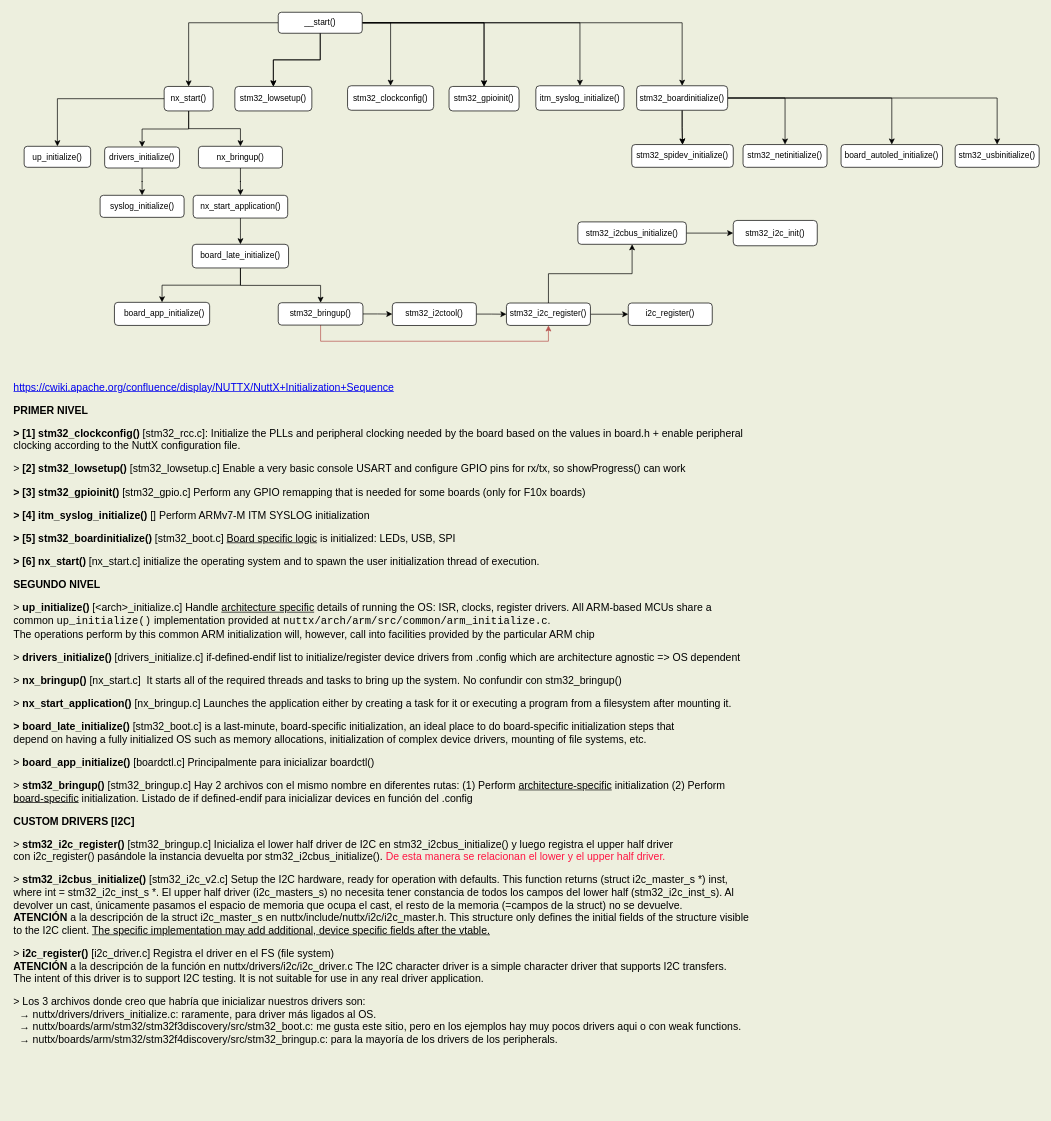
This is page "Initialization Sequence" (1 of 8) of NuttxDriversSchema.drawio from rentzboy/nuttx, a draw.io file, before an edit. Source tidied: cells renumbered, new cells numbered last; positions are measured from the earlier drawing's top-left corner, leaving out a move shared by most shapes. Both pictures are drawn from the tidied source at 70%, with x=0, y=0 at pixel (12, 12).
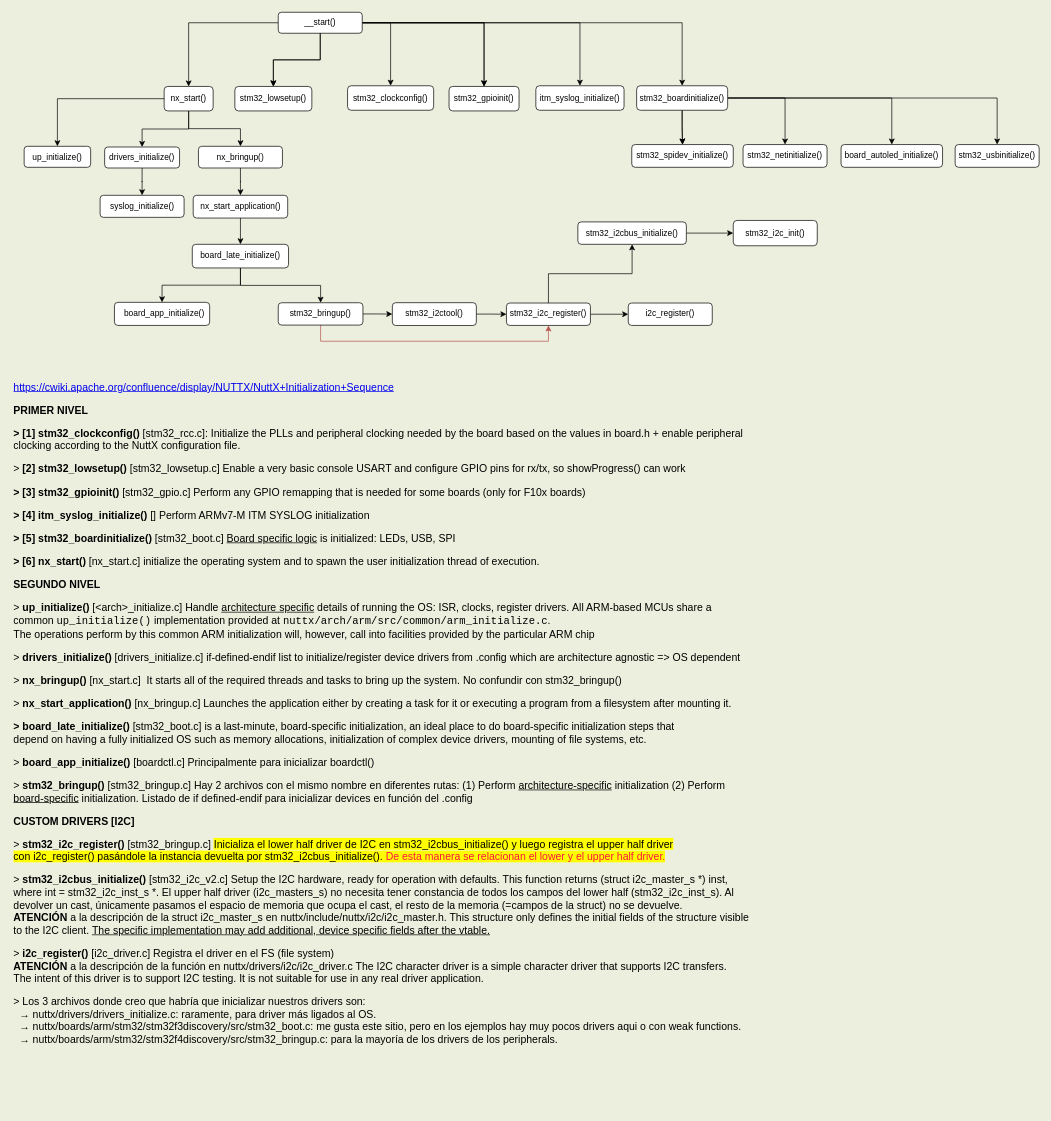
After the change.

Change to the diagram source:
```diff
@@
-    <mxCell id="10" value="&lt;p&gt;&lt;a href=&quot;https://cwiki.apache.org/confluence/display/NUTTX/NuttX+Initialization+Sequence&quot;&gt;https://cwiki.apache.org/confluence/display/NUTTX/NuttX+Initialization+Sequence&lt;/a&gt;&lt;/p&gt;&lt;p&gt;&lt;b&gt;PRIMER NIVEL&lt;/b&gt;&lt;/p&gt;&lt;p&gt;&lt;b&gt;&amp;gt; [1] stm32_clockconfig()&lt;/b&gt;&amp;nbsp;[stm32_rcc.c]:&amp;nbsp;Initialize the PLLs and peripheral clocking needed by the board&amp;nbsp;based on the values in board.h + enable peripheral clocking according to the NuttX configuration file.&lt;/p&gt;&lt;p&gt;&amp;gt; &lt;b&gt;[2]&lt;/b&gt;&amp;nbsp;&lt;b&gt;stm32_lowsetup()&lt;/b&gt; [stm32_lowsetup.c]&amp;nbsp;Enable a very basic console USART and configure GPIO pins for rx/tx, so showProgress() can work&lt;/p&gt;&lt;p&gt;&lt;b&gt;&amp;gt;&lt;/b&gt; &lt;b&gt;[3]&lt;/b&gt;&amp;nbsp;&lt;b&gt;stm32_gpioinit()&lt;/b&gt; [stm32_gpio.c]&amp;nbsp;Perform any GPIO remapping that is needed for some boards (only for F10x boards)&lt;/p&gt;&lt;p&gt;&lt;b&gt;&amp;gt;&lt;/b&gt; &lt;b&gt;[4]&lt;/b&gt;&amp;nbsp;&lt;b&gt;itm_syslog_initialize()&lt;/b&gt; [] Perform ARMv7-M ITM SYSLOG initialization&lt;/p&gt;&lt;p&gt;&lt;b&gt;&amp;gt;&lt;/b&gt; &lt;b&gt;[5]&amp;nbsp;stm32_boardinitialize()&lt;/b&gt; [stm32_boot.c] &lt;u&gt;Board specific logic&lt;/u&gt; is initialized: LEDs, USB, SPI&lt;/p&gt;&lt;p&gt;&lt;b&gt;&amp;gt; [6] nx_start()&lt;/b&gt;&amp;nbsp;[nx_start.c] initialize the operating system and to spawn the user initialization thread of execution.&lt;/p&gt;&lt;p&gt;&lt;b&gt;SEGUNDO NIVEL&lt;/b&gt;&lt;/p&gt;&lt;p&gt;&amp;gt;&amp;nbsp;&lt;b&gt;up_initialize()&lt;/b&gt; [&amp;lt;arch&amp;gt;_initialize.c] Handle &lt;u&gt;architecture specific&lt;/u&gt; details of running the OS: ISR, clocks, register drivers.&amp;nbsp;All ARM-based MCUs share a common &lt;code&gt;up_initialize()&lt;/code&gt; implementation provided at &lt;code&gt;nuttx/arch/arm/src/common/arm_initialize.c&lt;/code&gt;.&lt;br&gt; The operations perform by this common ARM initialization will, however, call into facilities provided by the particular ARM chip&lt;/p&gt;&lt;p&gt;&amp;gt; &lt;b&gt;drivers_initialize()&lt;/b&gt; [drivers_initialize.c] if-defined-endif list to initialize/register device drivers from .config which are architecture agnostic =&amp;gt; OS dependent&lt;/p&gt;&lt;p&gt;&amp;gt;&amp;nbsp;&lt;b&gt;nx_bringup()&lt;/b&gt; [nx_start.c]&amp;nbsp;&amp;nbsp;It starts all of the required threads and tasks to bring up the system. No confundir con stm32_bringup()&lt;/p&gt;&lt;p&gt;&amp;gt;&amp;nbsp;&lt;b&gt;nx_start_application()&lt;/b&gt; [nx_bringup.c] Launches the application either by creating a task for it or executing a program from a filesystem after mounting it.&lt;/p&gt;&lt;p&gt;&lt;b&gt;&amp;gt;&amp;nbsp;board_late_initialize()&lt;/b&gt; [stm32_boot.c]&amp;nbsp;is a last-minute, board-specific initialization,&amp;nbsp;an ideal place to do board-specific initialization steps that &lt;br&gt;depend on having a fully initialized OS such as memory allocations, initialization of complex device drivers, mounting of file systems, etc.&lt;/p&gt;&lt;p&gt;&amp;gt; &lt;b&gt;board_app_initialize()&lt;/b&gt; [boardctl.c] Principalmente para inicializar boardctl()&lt;/p&gt;&lt;p&gt;&amp;gt; &lt;b&gt;stm32_bringup()&lt;/b&gt; [stm32_bringup.c] Hay 2 archivos con el mismo nombre en diferentes rutas: (1) Perform &lt;u&gt;architecture-specific&lt;/u&gt; initialization (2)&amp;nbsp;Perform &lt;u&gt;board-specific&lt;/u&gt; initialization.&amp;nbsp;Listado de if defined-endif para inicializar devices en función del .config&lt;/p&gt;&lt;p&gt;&lt;b&gt;CUSTOM DRIVERS [I2C]&lt;/b&gt;&lt;/p&gt;&lt;p&gt;&amp;gt; &lt;b&gt;stm32_i2c_register()&lt;/b&gt; [stm32_bringup.c] Inicializa el lower half driver de I2C en&amp;nbsp;stm32_i2cbus_initialize() y luego registra el upper half driver con&amp;nbsp;i2c_register() pasándole la instancia devuelta por&amp;nbsp;stm32_i2cbus_initialize(). &lt;span style=&quot;color: rgb(255, 20, 66);&quot;&gt;De esta manera se relacionan el lower y el upper half driver.&lt;/span&gt;&lt;/p&gt;&lt;p&gt;&amp;gt;&amp;nbsp;&lt;b&gt;stm32_i2cbus_initialize()&lt;/b&gt; [stm32_i2c_v2.c] Setup the I2C hardware, ready for operation with defaults. This function returns (struct i2c_master_s *) inst, where int = stm32_i2c_inst_s *. El upper half driver (i2c_masters_s) no necesita tener constancia de todos los campos del lower half (stm32_i2c_inst_s). Al devolver un cast, únicamente pasamos el espacio de memoria que ocupa el cast, el resto de la memoria (=campos de la struct) no se devuelve.&lt;br&gt;&lt;b&gt;ATENCIÓN &lt;/b&gt;a la descripción de la struct i2c_master_s en nuttx/include/nuttx/i2c/i2c_master.h. This structure only defines the initial fields of the structure visible to the I2C client. &lt;u&gt;The specific implementation may add additional, device specific fields after the vtable.&lt;/u&gt;&lt;/p&gt;&lt;p&gt;&amp;gt;&amp;nbsp;&lt;b&gt;i2c_register() &lt;/b&gt;[i2c_driver.c] Registra el driver en el FS (file system)&lt;br&gt;&lt;b&gt;ATENCIÓN &lt;/b&gt;a la descripción de la función en nuttx/drivers/i2c/i2c_driver.c The I2C character driver is a simple character driver that supports I2C transfers.&amp;nbsp;&lt;br&gt;The intent of this driver is to support I2C testing. It is not suitable for use in any real driver application.&lt;/p&gt;&lt;p&gt;&amp;gt; Los 3 archivos donde creo que habría que inicializar nuestros drivers son:&lt;br&gt;&amp;nbsp; → nuttx/drivers/drivers_initialize.c: raramente, para driver más ligados al OS.&lt;br&gt;&amp;nbsp; → nuttx/boards/arm/stm32/stm32f3discovery/src/stm32_boot.c: me gusta este sitio, pero en los ejemplos hay muy pocos drivers aqui o con weak functions.&lt;br&gt;&amp;nbsp; → nuttx/boards/arm/stm32/stm32f4discovery/src/stm32_bringup.c: para la mayoría de los drivers de los peripherals.&lt;/p&gt;&lt;p&gt;&lt;br&gt;&lt;/p&gt;" style="text;html=1;whiteSpace=wrap;overflow=hidden;rounded=0;fontSize=15;" parent="1" vertex="1">
+    <mxCell id="10" value="&lt;p&gt;&lt;a href=&quot;https://cwiki.apache.org/confluence/display/NUTTX/NuttX+Initialization+Sequence&quot;&gt;https://cwiki.apache.org/confluence/display/NUTTX/NuttX+Initialization+Sequence&lt;/a&gt;&lt;/p&gt;&lt;p&gt;&lt;b&gt;PRIMER NIVEL&lt;/b&gt;&lt;/p&gt;&lt;p&gt;&lt;b&gt;&amp;gt; [1] stm32_clockconfig()&lt;/b&gt;&amp;nbsp;[stm32_rcc.c]:&amp;nbsp;Initialize the PLLs and peripheral clocking needed by the board&amp;nbsp;based on the values in board.h + enable peripheral clocking according to the NuttX configuration file.&lt;/p&gt;&lt;p&gt;&amp;gt; &lt;b&gt;[2]&lt;/b&gt;&amp;nbsp;&lt;b&gt;stm32_lowsetup()&lt;/b&gt; [stm32_lowsetup.c]&amp;nbsp;Enable a very basic console USART and configure GPIO pins for rx/tx, so showProgress() can work&lt;/p&gt;&lt;p&gt;&lt;b&gt;&amp;gt;&lt;/b&gt; &lt;b&gt;[3]&lt;/b&gt;&amp;nbsp;&lt;b&gt;stm32_gpioinit()&lt;/b&gt; [stm32_gpio.c]&amp;nbsp;Perform any GPIO remapping that is needed for some boards (only for F10x boards)&lt;/p&gt;&lt;p&gt;&lt;b&gt;&amp;gt;&lt;/b&gt; &lt;b&gt;[4]&lt;/b&gt;&amp;nbsp;&lt;b&gt;itm_syslog_initialize()&lt;/b&gt; [] Perform ARMv7-M ITM SYSLOG initialization&lt;/p&gt;&lt;p&gt;&lt;b&gt;&amp;gt;&lt;/b&gt; &lt;b&gt;[5]&amp;nbsp;stm32_boardinitialize()&lt;/b&gt; [stm32_boot.c] &lt;u&gt;Board specific logic&lt;/u&gt; is initialized: LEDs, USB, SPI&lt;/p&gt;&lt;p&gt;&lt;b&gt;&amp;gt; [6] nx_start()&lt;/b&gt;&amp;nbsp;[nx_start.c] initialize the operating system and to spawn the user initialization thread of execution.&lt;/p&gt;&lt;p&gt;&lt;b&gt;SEGUNDO NIVEL&lt;/b&gt;&lt;/p&gt;&lt;p&gt;&amp;gt;&amp;nbsp;&lt;b&gt;up_initialize()&lt;/b&gt; [&amp;lt;arch&amp;gt;_initialize.c] Handle &lt;u&gt;architecture specific&lt;/u&gt; details of running the OS: ISR, clocks, register drivers.&amp;nbsp;All ARM-based MCUs share a common &lt;code&gt;up_initialize()&lt;/code&gt; implementation provided at &lt;code&gt;nuttx/arch/arm/src/common/arm_initialize.c&lt;/code&gt;.&lt;br&gt; The operations perform by this common ARM initialization will, however, call into facilities provided by the particular ARM chip&lt;/p&gt;&lt;p&gt;&amp;gt; &lt;b&gt;drivers_initialize()&lt;/b&gt; [drivers_initialize.c] if-defined-endif list to initialize/register device drivers from .config which are architecture agnostic =&amp;gt; OS dependent&lt;/p&gt;&lt;p&gt;&amp;gt;&amp;nbsp;&lt;b&gt;nx_bringup()&lt;/b&gt; [nx_start.c]&amp;nbsp;&amp;nbsp;It starts all of the required threads and tasks to bring up the system. No confundir con stm32_bringup()&lt;/p&gt;&lt;p&gt;&amp;gt;&amp;nbsp;&lt;b&gt;nx_start_application()&lt;/b&gt; [nx_bringup.c] Launches the application either by creating a task for it or executing a program from a filesystem after mounting it.&lt;/p&gt;&lt;p&gt;&lt;b&gt;&amp;gt;&amp;nbsp;board_late_initialize()&lt;/b&gt; [stm32_boot.c]&amp;nbsp;is a last-minute, board-specific initialization,&amp;nbsp;an ideal place to do board-specific initialization steps that &lt;br&gt;depend on having a fully initialized OS such as memory allocations, initialization of complex device drivers, mounting of file systems, etc.&lt;/p&gt;&lt;p&gt;&amp;gt; &lt;b&gt;board_app_initialize()&lt;/b&gt; [boardctl.c] Principalmente para inicializar boardctl()&lt;/p&gt;&lt;p&gt;&amp;gt; &lt;b&gt;stm32_bringup()&lt;/b&gt; [stm32_bringup.c] Hay 2 archivos con el mismo nombre en diferentes rutas: (1) Perform &lt;u&gt;architecture-specific&lt;/u&gt; initialization (2)&amp;nbsp;Perform &lt;u&gt;board-specific&lt;/u&gt; initialization.&amp;nbsp;Listado de if defined-endif para inicializar devices en función del .config&lt;/p&gt;&lt;p&gt;&lt;b&gt;CUSTOM DRIVERS [I2C]&lt;/b&gt;&lt;/p&gt;&lt;p&gt;&amp;gt; &lt;b&gt;stm32_i2c_register()&lt;/b&gt; [stm32_bringup.c] &lt;span&gt;&lt;span style=&quot;background-color: light-dark(#ffffff, var(--ge-dark-color, #121212));&quot;&gt;&lt;span style=&quot;background-color: light-dark(rgb(255, 255, 0), rgb(237, 237, 237));&quot;&gt;Inicializa el lower half driver de I2C en&amp;nbsp;stm32_i2cbus_initialize() y luego registra el upper half driver con&amp;nbsp;i2c_register() pasándole la instancia devuelta por&amp;nbsp;stm32_i2cbus_initialize(). &lt;span style=&quot;color: rgb(255, 20, 66);&quot;&gt;De esta manera se relacionan el lower y el upper half driver.&lt;/span&gt;&lt;/span&gt;&lt;/span&gt;&lt;/span&gt;&lt;/p&gt;&lt;p&gt;&amp;gt;&amp;nbsp;&lt;b&gt;stm32_i2cbus_initialize()&lt;/b&gt; [stm32_i2c_v2.c] Setup the I2C hardware, ready for operation with defaults. This function returns (struct i2c_master_s *) inst, where int = stm32_i2c_inst_s *. El upper half driver (i2c_masters_s) no necesita tener constancia de todos los campos del lower half (stm32_i2c_inst_s). Al devolver un cast, únicamente pasamos el espacio de memoria que ocupa el cast, el resto de la memoria (=campos de la struct) no se devuelve.&lt;br&gt;&lt;b&gt;ATENCIÓN &lt;/b&gt;a la descripción de la struct i2c_master_s en nuttx/include/nuttx/i2c/i2c_master.h. This structure only defines the initial fields of the structure visible to the I2C client. &lt;u&gt;The specific implementation may add additional, device specific fields after the vtable.&lt;/u&gt;&lt;/p&gt;&lt;p&gt;&amp;gt;&amp;nbsp;&lt;b&gt;i2c_register() &lt;/b&gt;[i2c_driver.c] Registra el driver en el FS (file system)&lt;br&gt;&lt;b&gt;ATENCIÓN &lt;/b&gt;a la descripción de la función en nuttx/drivers/i2c/i2c_driver.c The I2C character driver is a simple character driver that supports I2C transfers.&amp;nbsp;&lt;br&gt;The intent of this driver is to support I2C testing. It is not suitable for use in any real driver application.&lt;/p&gt;&lt;p&gt;&amp;gt; Los 3 archivos donde creo que habría que inicializar nuestros drivers son:&lt;br&gt;&amp;nbsp; → nuttx/drivers/drivers_initialize.c: raramente, para driver más ligados al OS.&lt;br&gt;&amp;nbsp; → nuttx/boards/arm/stm32/stm32f3discovery/src/stm32_boot.c: me gusta este sitio, pero en los ejemplos hay muy pocos drivers aqui o con weak functions.&lt;br&gt;&amp;nbsp; → nuttx/boards/arm/stm32/stm32f4discovery/src/stm32_bringup.c: para la mayoría de los drivers de los peripherals.&lt;/p&gt;&lt;p&gt;&lt;br&gt;&lt;/p&gt;" style="text;html=1;whiteSpace=wrap;overflow=hidden;rounded=0;fontSize=15;" parent="1" vertex="1">
       <mxGeometry y="505" width="1053" height="1058" as="geometry" />
     </mxCell>
```
